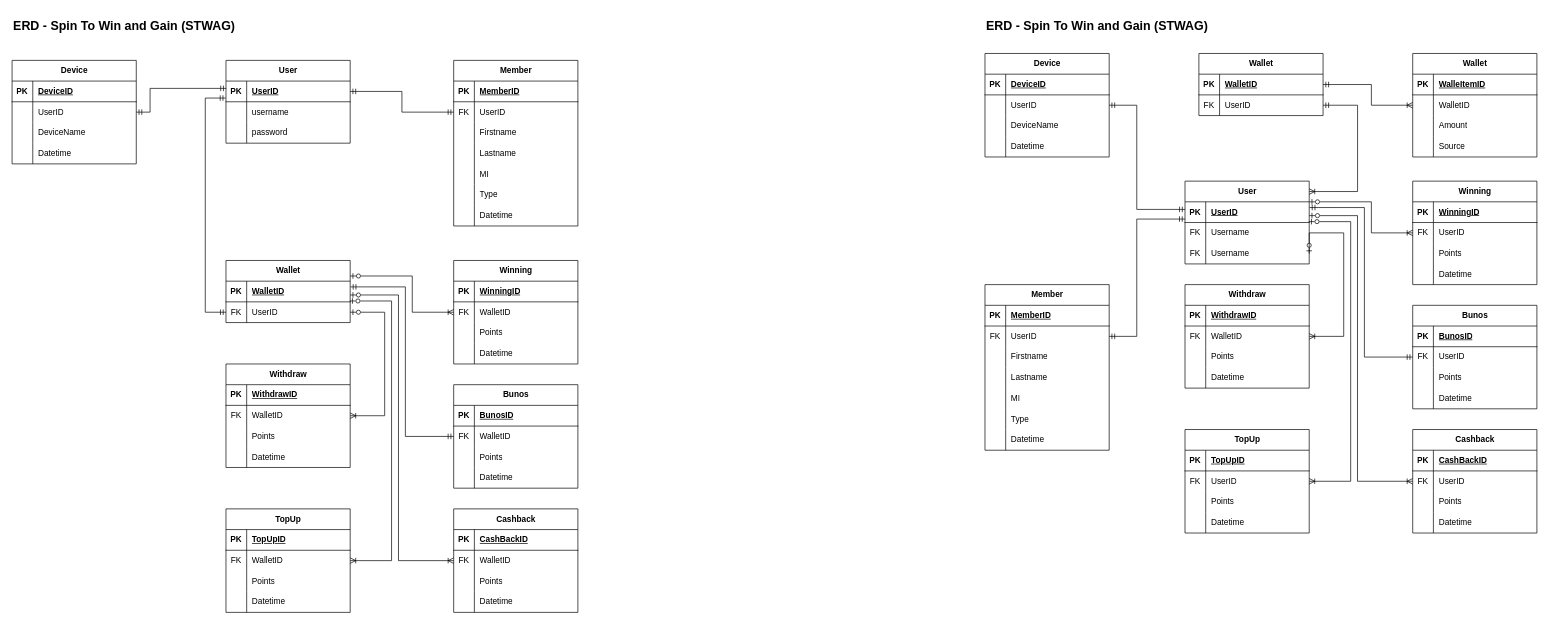
Above: STWAG.drawio in ediangca/STWAG (draw.io), before the change. Source tidied: cells renumbered, new cells numbered last; positions are measured from the earlier drawing's top-left corner, leaving out a move shared by most shapes. Both pictures are drawn from the tidied source at 69%, with x=0, y=0 at pixel (12, 12).
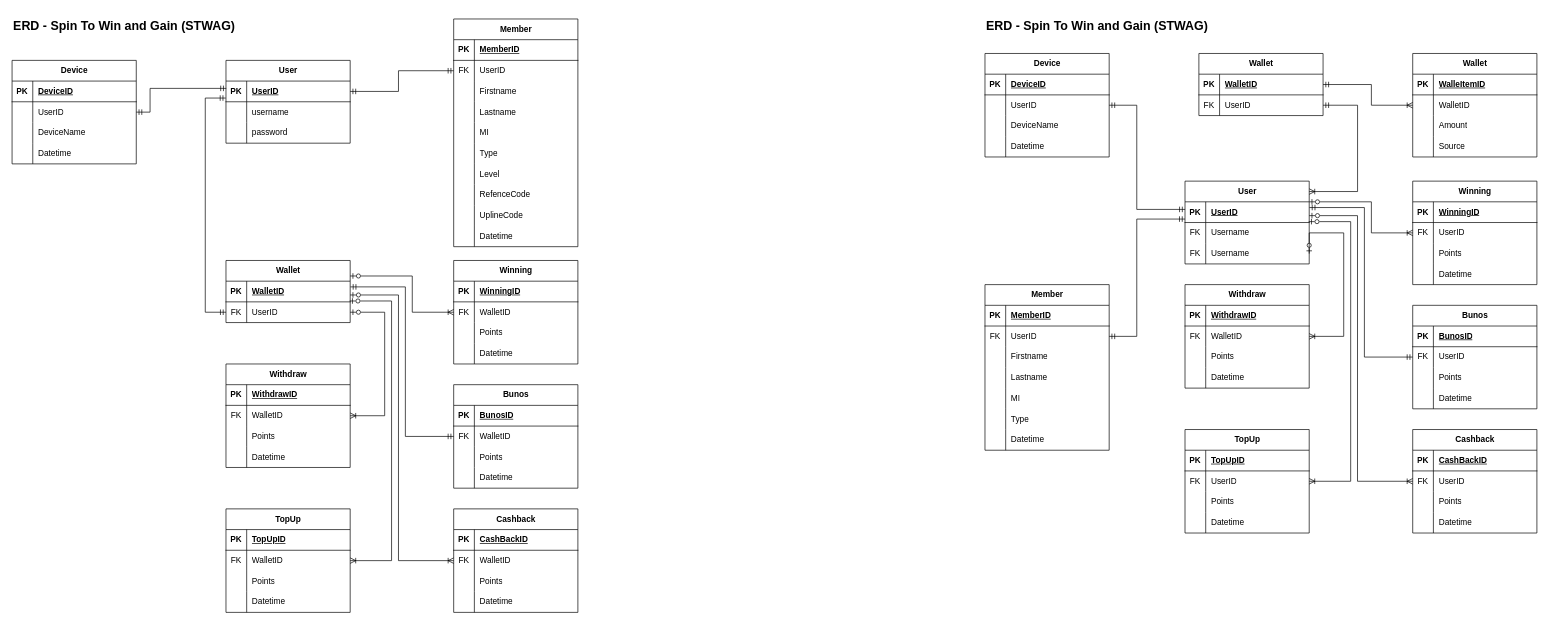
Above is the later version.

Unchanged cells that the change refers to:
```xml
<mxCell id="3" style="shape=tableRow;horizontal=0;startSize=0;swimlaneHead=0;swimlaneBody=0;fillColor=none;points=[[0,0.5],[1,0.5]];portConstraint=eastwest;top=0;left=0;right=0;bottom=1;" parent="2" vertex="1">
  <mxGeometry y="30" width="180" height="30" as="geometry" />
</mxCell>
<mxCell id="16" style="shape=tableRow;horizontal=0;startSize=0;swimlaneHead=0;swimlaneBody=0;fillColor=none;points=[[0,0.5],[1,0.5]];portConstraint=eastwest;top=0;left=0;right=0;bottom=0;" parent="12" vertex="1">
  <mxGeometry y="60" width="180" height="30" as="geometry" />
</mxCell>
```

What changed in the source:
```diff
@@
     <mxCell id="12" value="Member" style="shape=table;startSize=30;childLayout=tableLayout;rowLines=0;fontStyle=1;align=center;html=1;" parent="1" vertex="1">
-      <mxGeometry x="640" y="70" width="180" height="240" as="geometry" />
+      <mxGeometry x="640" y="10" width="180" height="330" as="geometry" />
     </mxCell>
@@
+    <mxCell id="268" style="shape=tableRow;horizontal=0;startSize=0;swimlaneHead=0;swimlaneBody=0;fillColor=none;top=0;left=0;right=0;bottom=0;" parent="12" vertex="1">
+      <mxGeometry y="210" width="180" height="30" as="geometry" />
+    </mxCell>
+    <mxCell id="269" style="shape=partialRectangle;fillColor=none;top=0;left=0;bottom=0;right=0;overflow=hidden;whiteSpace=wrap;html=1;" parent="268" vertex="1">
+      <mxGeometry width="30" height="30" as="geometry" />
+    </mxCell>
+    <mxCell id="270" value="Level" style="shape=partialRectangle;fillColor=none;top=0;left=0;bottom=0;right=0;align=left;spacingLeft=6;overflow=hidden;whiteSpace=wrap;html=1;" parent="268" vertex="1">
+      <mxGeometry x="30" width="150" height="30" as="geometry" />
+    </mxCell>
+    <mxCell id="271" style="shape=tableRow;horizontal=0;startSize=0;swimlaneHead=0;swimlaneBody=0;fillColor=none;top=0;left=0;right=0;bottom=0;" parent="12" vertex="1">
+      <mxGeometry y="240" width="180" height="30" as="geometry" />
+    </mxCell>
+    <mxCell id="272" style="shape=partialRectangle;fillColor=none;top=0;left=0;bottom=0;right=0;overflow=hidden;whiteSpace=wrap;html=1;" parent="271" vertex="1">
+      <mxGeometry width="30" height="30" as="geometry" />
+    </mxCell>
+    <mxCell id="273" value="RefenceCode" style="shape=partialRectangle;fillColor=none;top=0;left=0;bottom=0;right=0;align=left;spacingLeft=6;overflow=hidden;whiteSpace=wrap;html=1;" parent="271" vertex="1">
+      <mxGeometry x="30" width="150" height="30" as="geometry" />
+    </mxCell>
+    <mxCell id="274" style="shape=tableRow;horizontal=0;startSize=0;swimlaneHead=0;swimlaneBody=0;fillColor=none;top=0;left=0;right=0;bottom=0;" parent="12" vertex="1">
+      <mxGeometry y="270" width="180" height="30" as="geometry" />
+    </mxCell>
+    <mxCell id="275" style="shape=partialRectangle;fillColor=none;top=0;left=0;bottom=0;right=0;overflow=hidden;whiteSpace=wrap;html=1;" parent="274" vertex="1">
+      <mxGeometry width="30" height="30" as="geometry" />
+    </mxCell>
+    <mxCell id="276" value="UplineCode" style="shape=partialRectangle;fillColor=none;top=0;left=0;bottom=0;right=0;align=left;spacingLeft=6;overflow=hidden;whiteSpace=wrap;html=1;" parent="274" vertex="1">
+      <mxGeometry x="30" width="150" height="30" as="geometry" />
+    </mxCell>
     <mxCell id="31" style="shape=tableRow;horizontal=0;startSize=0;swimlaneHead=0;swimlaneBody=0;fillColor=none;top=0;left=0;right=0;bottom=0;" parent="12" vertex="1">
-      <mxGeometry y="210" width="180" height="30" as="geometry" />
+      <mxGeometry y="300" width="180" height="30" as="geometry" />
     </mxCell>
@@
     <mxCell id="42" style="edgeStyle=orthogonalEdgeStyle;fontSize=12;html=1;endArrow=ERmandOne;startArrow=ERmandOne;rounded=0;fontFamily=Helvetica;fontColor=default;fontStyle=1;entryX=0;entryY=0.5;entryDx=0;entryDy=0;exitX=1;exitY=0.5;exitDx=0;exitDy=0;endFill=0;" parent="1" edge="1" source="3" target="16">
-      <mxGeometry relative="1" as="geometry" />
+      <mxGeometry relative="1" as="geometry">
+        <Array as="points">
+          <mxPoint x="560" y="115" />
+          <mxPoint x="560" y="85" />
+        </Array>
+      </mxGeometry>
     </mxCell>
```
